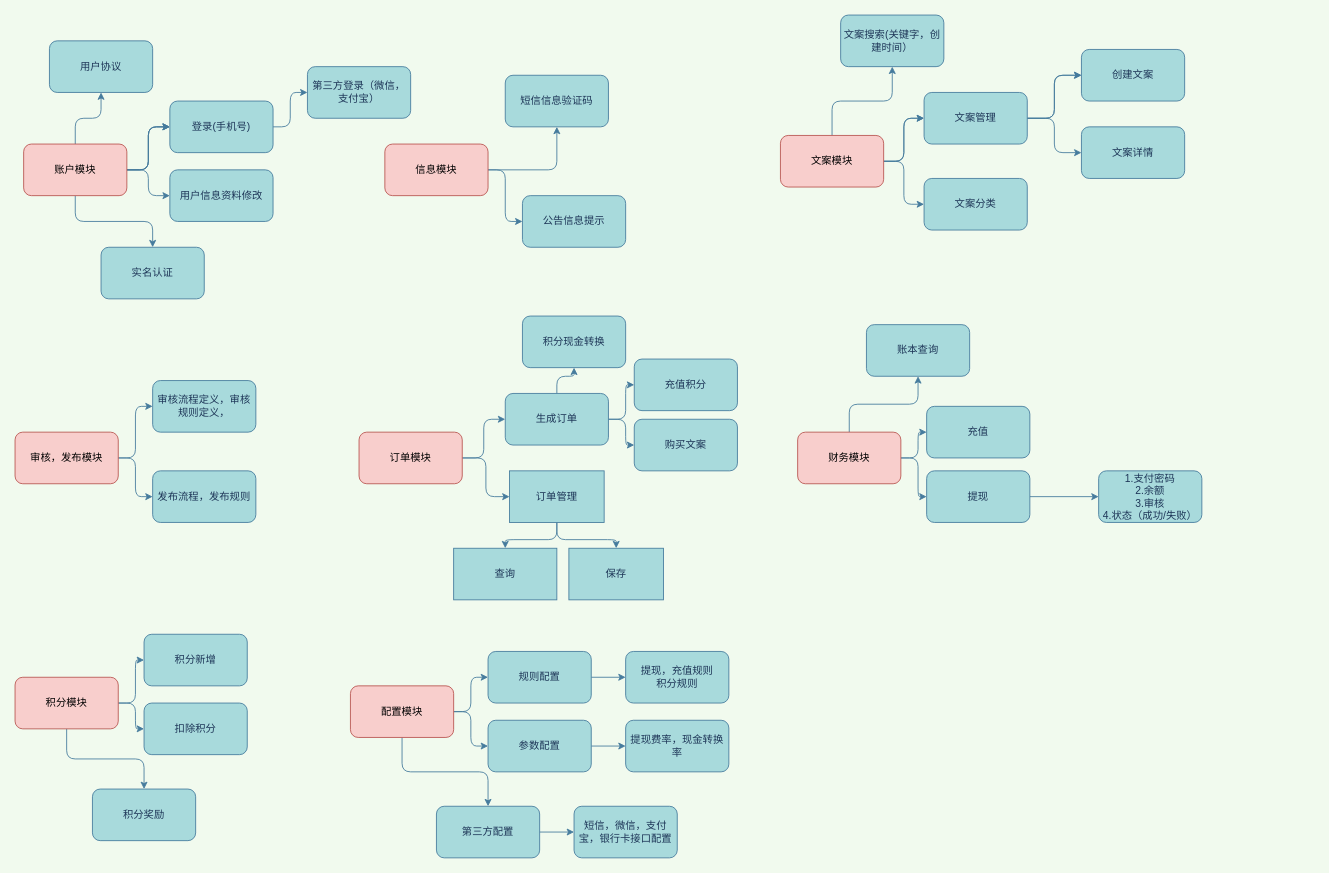
Chenx1anle1/mydraw keeps this draw.io diagram as Untitled Diagram.drawio. Above is the earlier version. Source tidied: cells renumbered, new cells numbered last; positions are measured from the earlier drawing's top-left corner, leaving out a move shared by most shapes. Both pictures are drawn from the tidied source at 86%, with x=0, y=0 at pixel (15, 15).
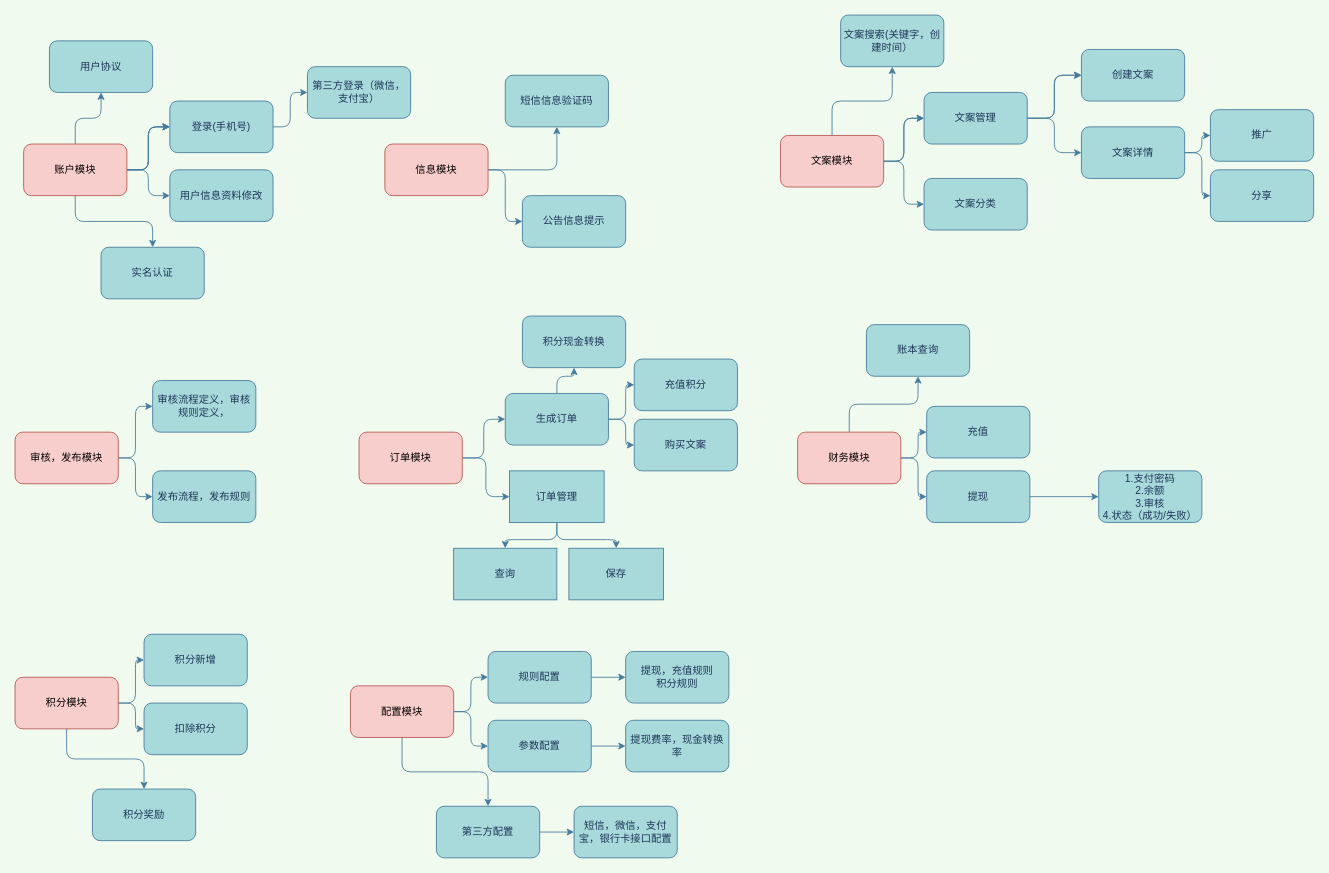
Above is the later version.

The change refers to these unchanged cells:
```xml
<mxCell id="52" value="文案详情" style="whiteSpace=wrap;html=1;rounded=1;fontColor=#1D3557;strokeColor=#457B9D;fillColor=#A8DADC;sketch=0;" parent="1" vertex="1">
  <mxGeometry x="1240" y="130" width="120" height="60" as="geometry" />
</mxCell>
```

Diff of the diagram source:
```diff
@@
+    <mxCell id="82" style="edgeStyle=orthogonalEdgeStyle;curved=0;rounded=1;sketch=0;jettySize=auto;html=1;strokeColor=#457B9D;fillColor=#A8DADC;fontColor=#1D3557;" parent="1" edge="1" source="52" target="84">
+      <mxGeometry relative="1" as="geometry" />
+    </mxCell>
+    <mxCell id="83" style="edgeStyle=orthogonalEdgeStyle;curved=0;rounded=1;sketch=0;jettySize=auto;html=1;strokeColor=#457B9D;fillColor=#A8DADC;fontColor=#1D3557;" parent="1" edge="1" source="52" target="85">
+      <mxGeometry relative="1" as="geometry" />
+    </mxCell>
@@
+    <mxCell id="84" value="推广" style="whiteSpace=wrap;html=1;rounded=1;fontColor=#1D3557;strokeColor=#457B9D;fillColor=#A8DADC;sketch=0;" parent="1" vertex="1">
+      <mxGeometry x="1390" y="110" width="120" height="60" as="geometry" />
+    </mxCell>
+    <mxCell id="85" value="分享" style="whiteSpace=wrap;html=1;rounded=1;fontColor=#1D3557;strokeColor=#457B9D;fillColor=#A8DADC;sketch=0;" parent="1" vertex="1">
+      <mxGeometry x="1390" y="180" width="120" height="60" as="geometry" />
+    </mxCell>
```
